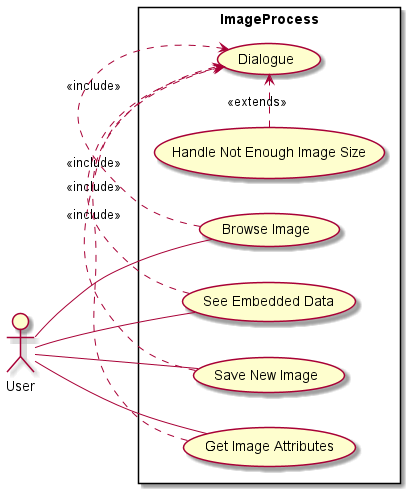
Before: uml/usecase_diagram/usecase_diagram.png, a diagram exported from PlantUML (rehayilmazlar/BounSteg).
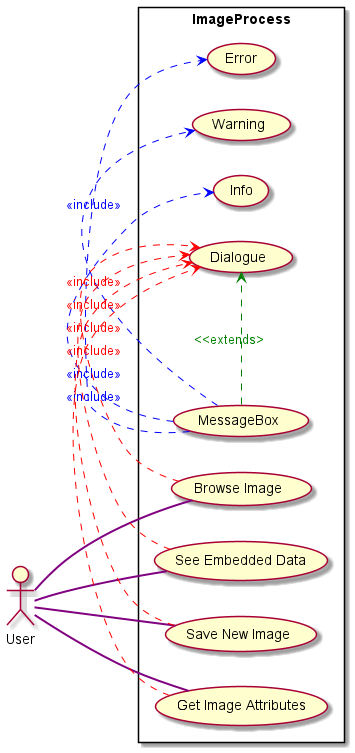
After the commit.

Commit message:
Use Case diagram has been added.

The edit, as a diff of the source:
```diff
@@ -3,15 +3,17 @@
 skinparam packageStyle rectangle
 actor User
 rectangle ImageProcess {
-    User -- (Browse Image)
-    User -- (See Embedded Data)
-    User -- (Save New Image)
-    User -- (Get Image Attributes)
-    (Handle Not Enough Image Size) .> (Dialogue) : <<extends>>
-    (Browse Image) .> (Dialogue) : <<include>>
-    (See Embedded Data) .> (Dialogue) : <<include>>
-    (Save New Image) .> (Dialogue) : <<include>>
-    (Get Image Attributes) .> (Dialogue) : <<include>>
-
+    User -- (Browse Image) #purple;line.bold;
+    User -- (See Embedded Data) #purple;line.bold;
+    User -- (Save New Image) #purple;line.bold;
+    User -- (Get Image Attributes) #purple;line.bold;
+    (MessageBox) .> (Error) #blue;line.dashed;text:blue; : <<include>>
+    (MessageBox) .> (Warning) #blue;line.dashed;text:blue; : <<include>>
+    (MessageBox) .> (Info) #blue;line.dashed;text:blue; : <<include>>
+    (MessageBox) .> (Dialogue) #green;line.dashed;text:green; : <<extends>
+    (Browse Image) .> (Dialogue) #red;line.dashed;text:red; : <<include>>
+    (See Embedded Data) .> (Dialogue) #red;line.dashed;text:red; : <<include>>
+    (Save New Image) .> (Dialogue) #red;line.dashed;text:red; : <<include>>
+    (Get Image Attributes) .> (Dialogue)  #red;line.dashed;text:red; : <<include>>
 }
 @enduml
```
